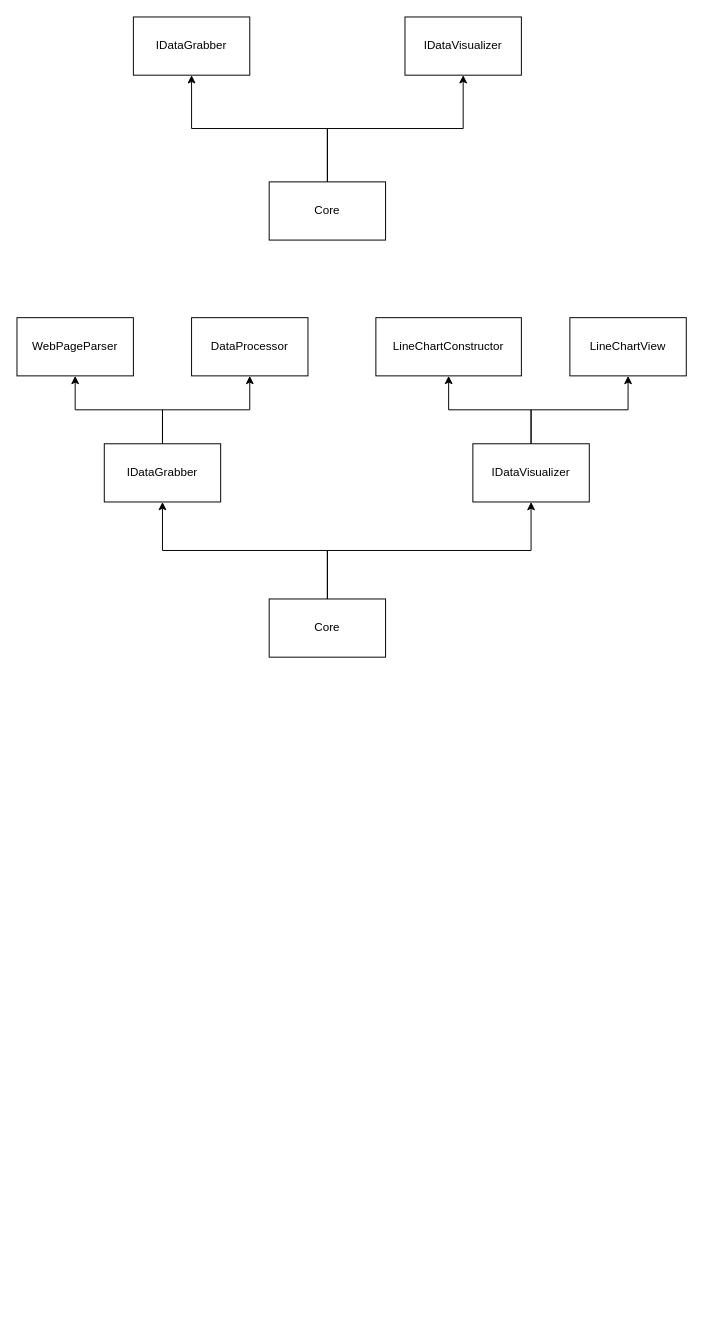
Above: Architecture/AbstactMainIdea.drawio in ArtemkaKun/FastVlangVisualization (draw.io), before the change. Source tidied: cells renumbered, new cells numbered last; positions are measured from the earlier drawing's top-left corner, leaving out a move shared by most shapes. Both pictures are drawn from the tidied source at 97%, with x=0, y=0 at pixel (16, 16).
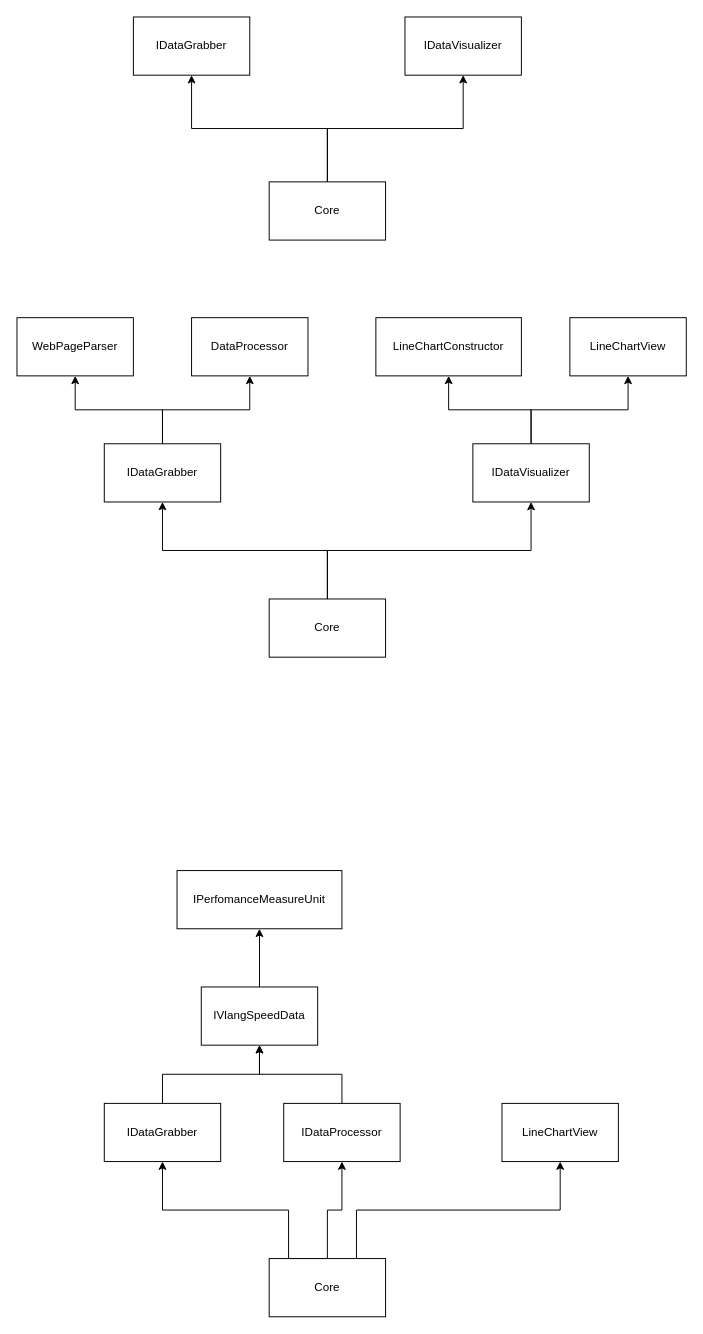
Above is the later version.

Commit message:
AbstractMainIdea ddiagram was updated with actual project architecture state

The edit, as a diff of the source:
```diff
@@
+    <mxCell id="20" style="edgeStyle=orthogonalEdgeStyle;rounded=0;jettySize=auto;html=1;" parent="1" edge="1" source="21" target="30">
+      <mxGeometry relative="1" as="geometry" />
+    </mxCell>
+    <mxCell id="21" value="IDataProcessor" style="rounded=0;whiteSpace=wrap;html=1;" parent="1" vertex="1">
+      <mxGeometry x="275" y="1120" width="120" height="60" as="geometry" />
+    </mxCell>
+    <mxCell id="22" style="edgeStyle=orthogonalEdgeStyle;rounded=0;jettySize=auto;html=1;exitX=0.5;exitY=0;exitDx=0;exitDy=0;entryX=0.5;entryY=1;entryDx=0;entryDy=0;" parent="1" edge="1" source="23" target="30">
+      <mxGeometry relative="1" as="geometry" />
+    </mxCell>
+    <mxCell id="23" value="IDataGrabber" style="rounded=0;whiteSpace=wrap;html=1;" parent="1" vertex="1">
+      <mxGeometry x="90" y="1120" width="120" height="60" as="geometry" />
+    </mxCell>
+    <mxCell id="24" style="edgeStyle=orthogonalEdgeStyle;rounded=0;jettySize=auto;html=1;exitX=0.5;exitY=0;exitDx=0;exitDy=0;entryX=0.5;entryY=1;entryDx=0;entryDy=0;" parent="1" edge="1" source="27" target="23">
+      <mxGeometry relative="1" as="geometry">
+        <Array as="points">
+          <mxPoint x="280" y="1280" />
+          <mxPoint x="280" y="1230" />
+          <mxPoint x="150" y="1230" />
+        </Array>
+      </mxGeometry>
+    </mxCell>
+    <mxCell id="25" style="edgeStyle=orthogonalEdgeStyle;rounded=0;jettySize=auto;html=1;exitX=0.5;exitY=0;exitDx=0;exitDy=0;entryX=0.5;entryY=1;entryDx=0;entryDy=0;" parent="1" edge="1" source="27" target="21">
+      <mxGeometry relative="1" as="geometry" />
+    </mxCell>
+    <mxCell id="26" style="edgeStyle=orthogonalEdgeStyle;rounded=0;jettySize=auto;html=1;exitX=0.75;exitY=0;exitDx=0;exitDy=0;" parent="1" edge="1" source="27" target="28">
+      <mxGeometry relative="1" as="geometry" />
+    </mxCell>
+    <mxCell id="27" value="Core" style="rounded=0;whiteSpace=wrap;html=1;" parent="1" vertex="1">
+      <mxGeometry x="260" y="1280" width="120" height="60" as="geometry" />
+    </mxCell>
+    <mxCell id="28" value="LineChartView" style="rounded=0;whiteSpace=wrap;html=1;" parent="1" vertex="1">
+      <mxGeometry x="500" y="1120" width="120" height="60" as="geometry" />
+    </mxCell>
+    <mxCell id="29" style="edgeStyle=orthogonalEdgeStyle;rounded=0;jettySize=auto;html=1;exitX=0.5;exitY=0;exitDx=0;exitDy=0;entryX=0.5;entryY=1;entryDx=0;entryDy=0;" parent="1" edge="1" source="30" target="31">
+      <mxGeometry relative="1" as="geometry" />
+    </mxCell>
+    <mxCell id="30" value="IVlangSpeedData" style="rounded=0;whiteSpace=wrap;html=1;" parent="1" vertex="1">
+      <mxGeometry x="190" y="1000" width="120" height="60" as="geometry" />
+    </mxCell>
+    <mxCell id="31" value="IPerfomanceMeasureUnit" style="rounded=0;whiteSpace=wrap;html=1;" parent="1" vertex="1">
+      <mxGeometry x="165" y="880" width="170" height="60" as="geometry" />
+    </mxCell>
```
